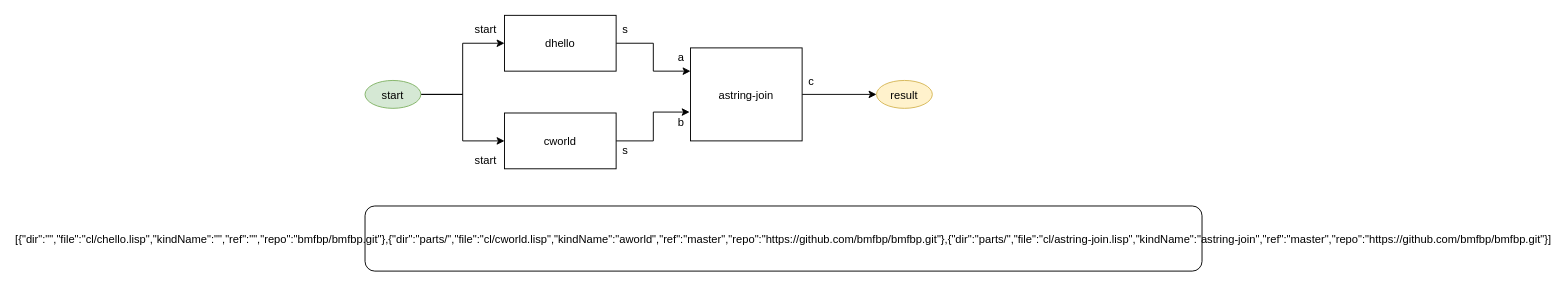
Earlier version of the draw.io diagram page "chelloworld" (2 of 5) of parts/diagram/helloworld.drawio (bmfbp/bmfbp). Source tidied: cells renumbered, new cells numbered last; positions are measured from the earlier drawing's top-left corner, leaving out a move shared by most shapes. Both pictures are drawn from the tidied source at 93%, with x=0, y=0 at pixel (365, 15).
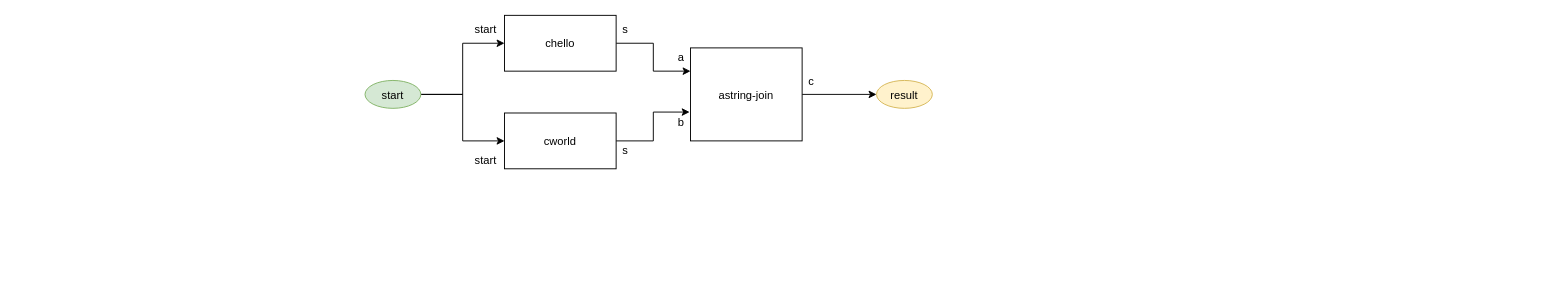
The same page after the edit.

What changed in the source:
```diff
@@
 <mxGraphModel>
   <root>
     <mxCell id="0" />
     <mxCell id="1" parent="0" />
     <mxCell id="2" style="edgeStyle=orthogonalEdgeStyle;rounded=0;jettySize=auto;html=1;exitX=1;exitY=0.5;exitDx=0;exitDy=0;entryX=0;entryY=0.25;entryDx=0;entryDy=0;" parent="1" edge="1" source="3" target="7">
       <mxGeometry relative="1" as="geometry" />
     </mxCell>
-    <mxCell id="3" value="dhello" style="rounded=0;" parent="1" vertex="1">
+    <mxCell id="3" value="chello" style="rounded=0;" parent="1" vertex="1">
       <mxGeometry x="150" width="120" height="60" as="geometry" />
     </mxCell>
     <mxCell id="4" style="edgeStyle=orthogonalEdgeStyle;rounded=0;jettySize=auto;html=1;entryX=-0.008;entryY=0.69;entryDx=0;entryDy=0;entryPerimeter=0;" parent="1" edge="1" source="5" target="7">
       <mxGeometry relative="1" as="geometry" />
     </mxCell>
     <mxCell id="5" value="cworld" style="rounded=0;" parent="1" vertex="1">
       <mxGeometry x="150" y="105" width="120" height="60" as="geometry" />
     </mxCell>
     <mxCell id="6" style="edgeStyle=orthogonalEdgeStyle;rounded=0;jettySize=auto;html=1;exitX=1;exitY=0.5;exitDx=0;exitDy=0;entryX=0;entryY=0.5;entryDx=0;entryDy=0;" parent="1" edge="1" source="7" target="16">
       <mxGeometry relative="1" as="geometry" />
     </mxCell>
     <mxCell id="7" value="astring-join" style="rounded=0;" parent="1" vertex="1">
       <mxGeometry x="350" y="35" width="120" height="100" as="geometry" />
     </mxCell>
     <mxCell id="8" value="c" style="text;strokeColor=none;fillColor=none;align=center;verticalAlign=middle;rounded=0;" parent="1" vertex="1">
       <mxGeometry x="470" y="60" width="20" height="20" as="geometry" />
     </mxCell>
     <mxCell id="9" value="s" style="text;strokeColor=none;fillColor=none;align=center;verticalAlign=middle;rounded=0;" parent="1" vertex="1">
       <mxGeometry x="270" y="5" width="20" height="20" as="geometry" />
     </mxCell>
     <mxCell id="10" value="s" style="text;strokeColor=none;fillColor=none;align=center;verticalAlign=middle;rounded=0;" parent="1" vertex="1">
       <mxGeometry x="270" y="135" width="20" height="20" as="geometry" />
     </mxCell>
     <mxCell id="11" value="a" style="text;strokeColor=none;fillColor=none;align=center;verticalAlign=middle;rounded=0;" parent="1" vertex="1">
       <mxGeometry x="330" y="35" width="20" height="20" as="geometry" />
     </mxCell>
     <mxCell id="12" value="b" style="text;strokeColor=none;fillColor=none;align=center;verticalAlign=middle;rounded=0;" parent="1" vertex="1">
       <mxGeometry x="330" y="105" width="20" height="20" as="geometry" />
     </mxCell>
     <mxCell id="13" style="edgeStyle=orthogonalEdgeStyle;rounded=0;jettySize=auto;html=1;exitX=1;exitY=0.5;exitDx=0;exitDy=0;entryX=0;entryY=0.5;entryDx=0;entryDy=0;" parent="1" edge="1" source="15" target="3">
       <mxGeometry relative="1" as="geometry" />
     </mxCell>
     <mxCell id="14" style="edgeStyle=orthogonalEdgeStyle;rounded=0;jettySize=auto;html=1;exitX=1;exitY=0.5;exitDx=0;exitDy=0;entryX=0;entryY=0.5;entryDx=0;entryDy=0;" parent="1" edge="1" source="15" target="5">
       <mxGeometry relative="1" as="geometry" />
     </mxCell>
     <mxCell id="15" value="start" style="ellipse;fillColor=#d5e8d4;strokeColor=#82b366;" parent="1" vertex="1">
       <mxGeometry y="70" width="60" height="30" as="geometry" />
     </mxCell>
     <mxCell id="16" value="result" style="ellipse;fillColor=#fff2cc;strokeColor=#d6b656;" parent="1" vertex="1">
       <mxGeometry x="550" y="70" width="60" height="30" as="geometry" />
     </mxCell>
     <mxCell id="17" value="start" style="text;strokeColor=none;fillColor=none;align=center;verticalAlign=middle;rounded=0;" parent="1" vertex="1">
       <mxGeometry x="110" y="5" width="40" height="20" as="geometry" />
     </mxCell>
     <mxCell id="18" value="start" style="text;strokeColor=none;fillColor=none;align=center;verticalAlign=middle;rounded=0;" parent="1" vertex="1">
       <mxGeometry x="110" y="145" width="40" height="20" as="geometry" />
     </mxCell>
-    <mxCell id="19" value="[{&quot;dir&quot;:&quot;&quot;,&quot;file&quot;:&quot;cl/chello.lisp&quot;,&quot;kindName&quot;:&quot;&quot;,&quot;ref&quot;:&quot;&quot;,&quot;repo&quot;:&quot;bmfbp/bmfbp.git&quot;},{&quot;dir&quot;:&quot;parts/&quot;,&quot;file&quot;:&quot;cl/cworld.lisp&quot;,&quot;kindName&quot;:&quot;aworld&quot;,&quot;ref&quot;:&quot;master&quot;,&quot;repo&quot;:&quot;https://github.com/bmfbp/bmfbp.git&quot;},{&quot;dir&quot;:&quot;parts/&quot;,&quot;file&quot;:&quot;cl/astring-join.lisp&quot;,&quot;kindName&quot;:&quot;astring-join&quot;,&quot;ref&quot;:&quot;master&quot;,&quot;repo&quot;:&quot;https://github.com/bmfbp/bmfbp.git&quot;}]" style="rounded=1;" parent="1" vertex="1">
-      <mxGeometry y="205" width="900" height="70" as="geometry" />
-    </mxCell>
   </root>
 </mxGraphModel>
```
